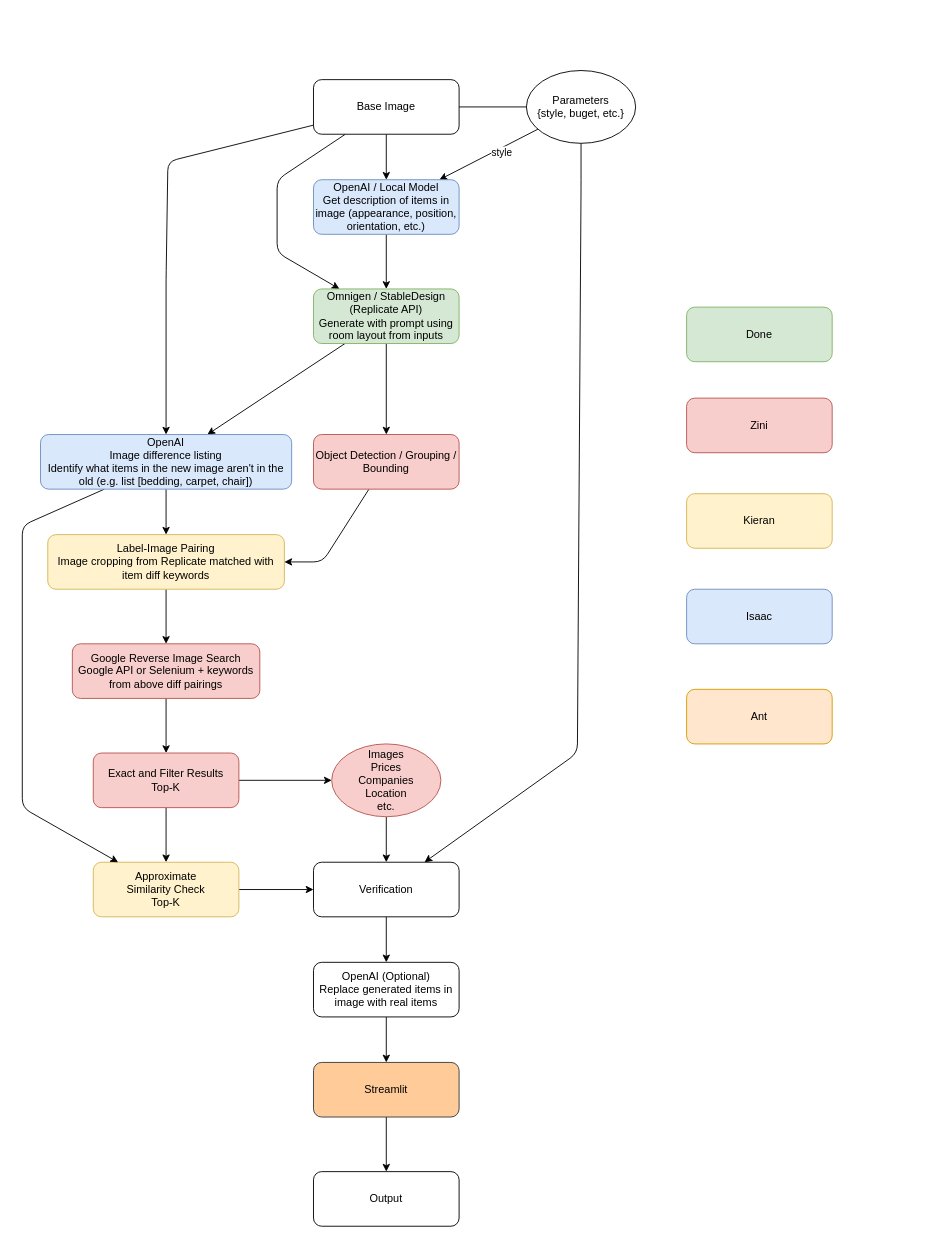
Before: diagrams/p6.drawio in iiisong/reModel, a draw.io diagram. Source tidied: cells renumbered, new cells numbered last; positions are measured from the earlier drawing's top-left corner, leaving out a move shared by most shapes. Both pictures are drawn from the tidied source at 91%, with x=0, y=0 at pixel (22, 70).
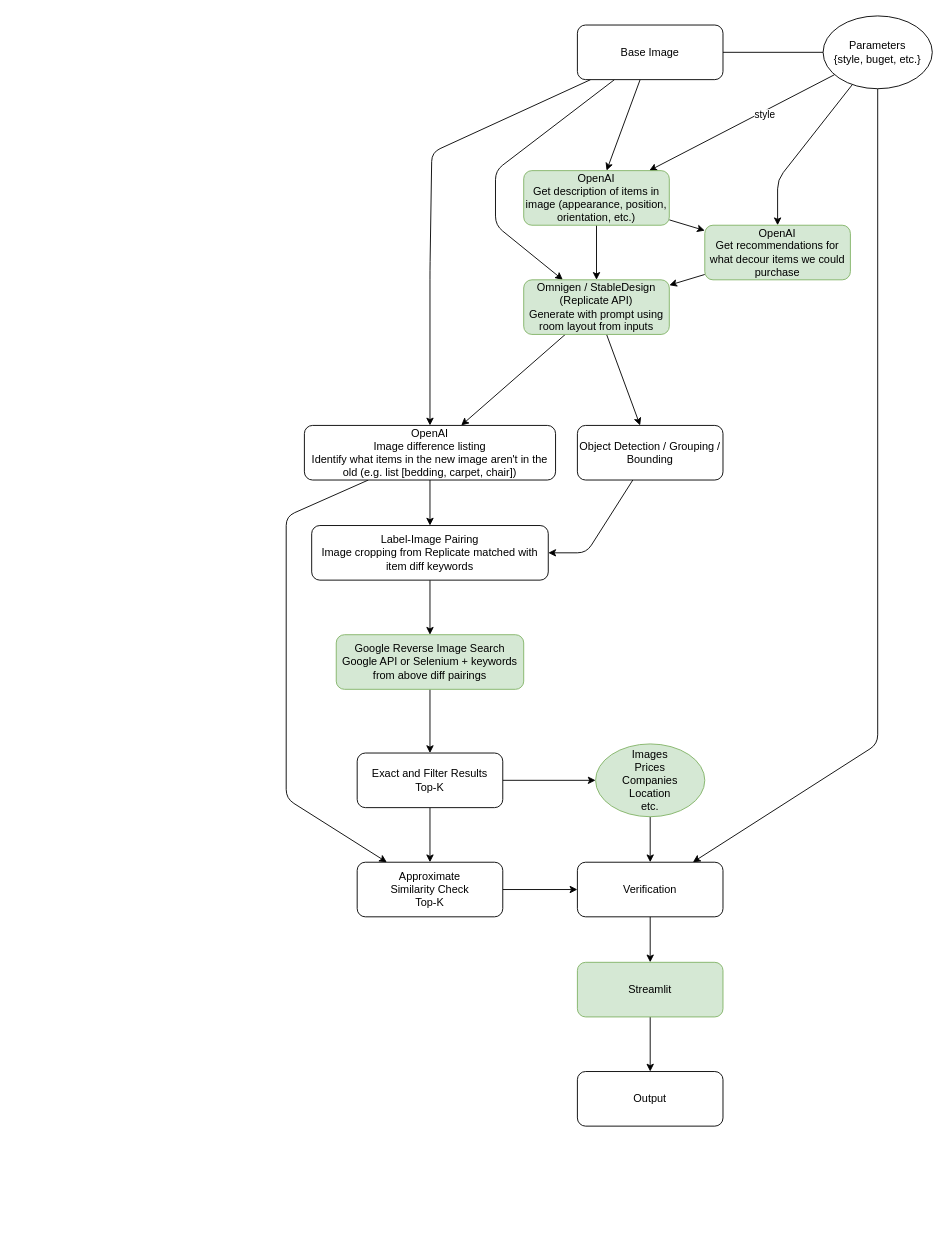
After the change.

Diff of the diagram source:
```diff
@@
     <mxCell id="3" style="edgeStyle=none;html=1;" parent="1" edge="1" source="5" target="30">
       <mxGeometry relative="1" as="geometry">
         <Array as="points">
-          <mxPoint x="280" y="120" />
-          <mxPoint x="280" y="200" />
+          <mxPoint x="520" y="110" />
+          <mxPoint x="520" y="170" />
         </Array>
       </mxGeometry>
     </mxCell>
     <mxCell id="4" style="edgeStyle=none;html=1;" parent="1" edge="1" source="5" target="33">
       <mxGeometry relative="1" as="geometry">
         <Array as="points">
-          <mxPoint x="160" y="100" />
-          <mxPoint x="158" y="230" />
+          <mxPoint x="450" y="90" />
+          <mxPoint x="448" y="220" />
         </Array>
       </mxGeometry>
     </mxCell>
     <mxCell id="5" value="Base Image" style="rounded=1;whiteSpace=wrap;html=1;" parent="1" vertex="1">
-      <mxGeometry x="320" y="10" width="160" height="60" as="geometry" />
+      <mxGeometry x="610" y="-50" width="160" height="60" as="geometry" />
     </mxCell>
@@
-    <mxCell id="7" value="Google Reverse Image Search&lt;div&gt;Google API or Selenium + keywords from above diff pairings&lt;/div&gt;" style="rounded=1;whiteSpace=wrap;html=1;fillColor=#f8cecc;strokeColor=#b85450;" parent="1" vertex="1">
-      <mxGeometry x="55" y="630" width="206" height="60" as="geometry" />
+    <mxCell id="7" value="Google Reverse Image Search&lt;div&gt;Google API or Selenium + keywords from above diff pairings&lt;/div&gt;" style="rounded=1;whiteSpace=wrap;html=1;fillColor=#d5e8d4;strokeColor=#82b366;" parent="1" vertex="1">
+      <mxGeometry x="345" y="620" width="206" height="60" as="geometry" />
     </mxCell>
@@
-    <mxCell id="10" value="Exact and Filter Results&lt;div&gt;&lt;span style=&quot;background-color: transparent;&quot;&gt;Top-K&lt;/span&gt;&lt;br&gt;&lt;/div&gt;" style="rounded=1;whiteSpace=wrap;html=1;fillColor=#f8cecc;strokeColor=#b85450;" parent="1" vertex="1">
-      <mxGeometry x="78" y="750" width="160" height="60" as="geometry" />
+    <mxCell id="10" value="Exact and Filter Results&lt;div&gt;&lt;span style=&quot;background-color: transparent;&quot;&gt;Top-K&lt;/span&gt;&lt;br&gt;&lt;/div&gt;" style="rounded=1;whiteSpace=wrap;html=1;" parent="1" vertex="1">
+      <mxGeometry x="368" y="750" width="160" height="60" as="geometry" />
     </mxCell>
@@
-    <mxCell id="12" value="Images&lt;div&gt;Prices&lt;/div&gt;&lt;div&gt;Companies&lt;/div&gt;&lt;div&gt;Location&lt;/div&gt;&lt;div&gt;etc.&lt;/div&gt;" style="ellipse;whiteSpace=wrap;html=1;fillColor=#f8cecc;strokeColor=#b85450;" parent="1" vertex="1">
-      <mxGeometry x="340" y="740" width="120" height="80" as="geometry" />
+    <mxCell id="12" value="Images&lt;div&gt;Prices&lt;/div&gt;&lt;div&gt;Companies&lt;/div&gt;&lt;div&gt;Location&lt;/div&gt;&lt;div&gt;etc.&lt;/div&gt;" style="ellipse;whiteSpace=wrap;html=1;fillColor=#d5e8d4;strokeColor=#82b366;" parent="1" vertex="1">
+      <mxGeometry x="630" y="740" width="120" height="80" as="geometry" />
     </mxCell>
@@
-    <mxCell id="14" value="&lt;div&gt;Approximate&lt;/div&gt;&lt;div&gt;Similarity Check&lt;br&gt;Top-K&lt;/div&gt;" style="rounded=1;whiteSpace=wrap;html=1;fillColor=#fff2cc;strokeColor=#d6b656;" parent="1" vertex="1">
-      <mxGeometry x="78" y="870" width="160" height="60" as="geometry" />
+    <mxCell id="14" value="&lt;div&gt;Approximate&lt;/div&gt;&lt;div&gt;Similarity Check&lt;br&gt;Top-K&lt;/div&gt;" style="rounded=1;whiteSpace=wrap;html=1;" parent="1" vertex="1">
+      <mxGeometry x="368" y="870" width="160" height="60" as="geometry" />
     </mxCell>
-    <mxCell id="15" style="edgeStyle=none;html=1;" parent="1" edge="1" source="16" target="23">
-      <mxGeometry relative="1" as="geometry" />
-    </mxCell>
+    <mxCell id="44" style="edgeStyle=none;html=1;" parent="1" edge="1" source="16" target="25">
+      <mxGeometry relative="1" as="geometry" />
+    </mxCell>
     <mxCell id="16" value="&lt;div&gt;Verification&lt;/div&gt;" style="rounded=1;whiteSpace=wrap;html=1;" parent="1" vertex="1">
-      <mxGeometry x="320" y="870" width="160" height="60" as="geometry" />
+      <mxGeometry x="610" y="870" width="160" height="60" as="geometry" />
     </mxCell>
@@
     <mxCell id="18" style="edgeStyle=none;html=1;" parent="1" edge="1" source="21" target="16">
       <mxGeometry relative="1" as="geometry">
         <Array as="points">
-          <mxPoint x="614" y="130" />
-          <mxPoint x="610" y="750" />
+          <mxPoint x="940" y="740" />
         </Array>
       </mxGeometry>
     </mxCell>
@@
+    <mxCell id="45" style="edgeStyle=none;html=1;" parent="1" edge="1" source="21" target="48">
+      <mxGeometry relative="1" as="geometry">
+        <Array as="points">
+          <mxPoint x="830" y="120" />
+        </Array>
+      </mxGeometry>
+    </mxCell>
     <mxCell id="21" value="Parameters&lt;div&gt;{style, buget, etc.}&lt;/div&gt;" style="ellipse;whiteSpace=wrap;html=1;" parent="1" vertex="1">
-      <mxGeometry x="554" width="120" height="80" as="geometry" />
+      <mxGeometry x="880" y="-60" width="120" height="80" as="geometry" />
     </mxCell>
-    <mxCell id="22" style="edgeStyle=none;html=1;" parent="1" edge="1" source="23" target="25">
-      <mxGeometry relative="1" as="geometry" />
-    </mxCell>
-    <mxCell id="23" value="OpenAI (Optional)&lt;div&gt;Replace generated items in image with real items&lt;/div&gt;" style="rounded=1;whiteSpace=wrap;html=1;" parent="1" vertex="1">
-      <mxGeometry x="320" y="980" width="160" height="60" as="geometry" />
-    </mxCell>
@@
-    <mxCell id="25" value="Streamlit" style="rounded=1;whiteSpace=wrap;html=1;fillColor=#ffcc99;strokeColor=#36393d;" parent="1" vertex="1">
-      <mxGeometry x="320" y="1090" width="160" height="60" as="geometry" />
+    <mxCell id="25" value="Streamlit" style="rounded=1;whiteSpace=wrap;html=1;fillColor=#d5e8d4;strokeColor=#82b366;" parent="1" vertex="1">
+      <mxGeometry x="610" y="980" width="160" height="60" as="geometry" />
     </mxCell>
@@
+    <mxCell id="46" style="edgeStyle=none;html=1;" parent="1" edge="1" source="27" target="48">
+      <mxGeometry relative="1" as="geometry" />
+    </mxCell>
-    <mxCell id="27" value="OpenAI / Local Model&lt;div&gt;Get description of items in image (appearance, position, orientation, etc.)&lt;/div&gt;" style="rounded=1;whiteSpace=wrap;html=1;fillColor=#dae8fc;strokeColor=#6c8ebf;" parent="1" vertex="1">
-      <mxGeometry x="320" y="120" width="160" height="60" as="geometry" />
+    <mxCell id="27" value="OpenAI&lt;div&gt;Get description of items in image (appearance, position, orientation, etc.)&lt;/div&gt;" style="rounded=1;whiteSpace=wrap;html=1;fillColor=#d5e8d4;strokeColor=#82b366;" parent="1" vertex="1">
+      <mxGeometry x="551" y="110" width="160" height="60" as="geometry" />
     </mxCell>
@@
     <mxCell id="30" value="Omnigen / StableDesign (Replicate API)&lt;div&gt;Generate with prompt using room layout from inputs&lt;/div&gt;" style="rounded=1;whiteSpace=wrap;html=1;fillColor=#d5e8d4;strokeColor=#82b366;" parent="1" vertex="1">
-      <mxGeometry x="320" y="240" width="160" height="60" as="geometry" />
+      <mxGeometry x="551" y="230" width="160" height="60" as="geometry" />
     </mxCell>
@@
     <mxCell id="32" style="edgeStyle=none;html=1;" parent="1" edge="1" source="33" target="14">
       <mxGeometry relative="1" as="geometry">
         <Array as="points">
-          <mxPoint y="500" />
-          <mxPoint y="810" />
+          <mxPoint x="290" y="490" />
+          <mxPoint x="290" y="800" />
         </Array>
       </mxGeometry>
     </mxCell>
-    <mxCell id="33" value="OpenAI&lt;div&gt;Image difference listing&lt;/div&gt;&lt;div&gt;Identify what items in the new image aren't in the old (e.g. list [bedding, carpet, chair])&lt;/div&gt;" style="rounded=1;whiteSpace=wrap;html=1;fillColor=#dae8fc;strokeColor=#6c8ebf;" parent="1" vertex="1">
-      <mxGeometry x="20" y="400" width="276" height="60" as="geometry" />
+    <mxCell id="33" value="OpenAI&lt;div&gt;Image difference listing&lt;/div&gt;&lt;div&gt;Identify what items in the new image aren't in the old (e.g. list [bedding, carpet, chair])&lt;/div&gt;" style="rounded=1;whiteSpace=wrap;html=1;" parent="1" vertex="1">
+      <mxGeometry x="310" y="390" width="276" height="60" as="geometry" />
     </mxCell>
@@
-    <mxCell id="35" value="&lt;div&gt;&lt;/div&gt;&lt;div&gt;Label-Image Pairing&lt;/div&gt;&lt;div&gt;Image cropping from Replicate matched with item diff keywords&lt;/div&gt;" style="rounded=1;whiteSpace=wrap;html=1;fillColor=#fff2cc;strokeColor=#d6b656;" parent="1" vertex="1">
-      <mxGeometry x="28" y="510" width="260" height="60" as="geometry" />
+    <mxCell id="35" value="&lt;div&gt;&lt;/div&gt;&lt;div&gt;Label-Image Pairing&lt;/div&gt;&lt;div&gt;Image cropping from Replicate matched with item diff keywords&lt;/div&gt;" style="rounded=1;whiteSpace=wrap;html=1;" parent="1" vertex="1">
+      <mxGeometry x="318" y="500" width="260" height="60" as="geometry" />
     </mxCell>
     <mxCell id="36" style="edgeStyle=none;html=1;" parent="1" edge="1" source="37" target="35">
       <mxGeometry relative="1" as="geometry">
         <Array as="points">
-          <mxPoint x="330" y="540" />
+          <mxPoint x="620" y="530" />
         </Array>
       </mxGeometry>
     </mxCell>
-    <mxCell id="37" value="Object Detection / Grouping / Bounding" style="rounded=1;whiteSpace=wrap;html=1;fillColor=#f8cecc;strokeColor=#b85450;" parent="1" vertex="1">
-      <mxGeometry x="320" y="400" width="160" height="60" as="geometry" />
+    <mxCell id="37" value="Object Detection / Grouping / Bounding" style="rounded=1;whiteSpace=wrap;html=1;" parent="1" vertex="1">
+      <mxGeometry x="610" y="390" width="160" height="60" as="geometry" />
     </mxCell>
-    <mxCell id="38" value="Done" style="rounded=1;whiteSpace=wrap;html=1;fillColor=#d5e8d4;strokeColor=#82b366;" parent="1" vertex="1">
-      <mxGeometry x="730" y="260" width="160" height="60" as="geometry" />
-    </mxCell>
-    <mxCell id="39" value="Zini" style="rounded=1;whiteSpace=wrap;html=1;fillColor=#f8cecc;strokeColor=#b85450;" parent="1" vertex="1">
-      <mxGeometry x="730" y="360" width="160" height="60" as="geometry" />
-    </mxCell>
-    <mxCell id="40" value="Kieran" style="rounded=1;whiteSpace=wrap;html=1;fillColor=#fff2cc;strokeColor=#d6b656;" parent="1" vertex="1">
-      <mxGeometry x="730" y="465" width="160" height="60" as="geometry" />
-    </mxCell>
-    <mxCell id="41" value="Isaac" style="rounded=1;whiteSpace=wrap;html=1;fillColor=#dae8fc;strokeColor=#6c8ebf;" parent="1" vertex="1">
-      <mxGeometry x="730" y="570" width="160" height="60" as="geometry" />
-    </mxCell>
-    <mxCell id="42" value="Ant" style="rounded=1;whiteSpace=wrap;html=1;fillColor=#ffe6cc;strokeColor=#d79b00;" parent="1" vertex="1">
-      <mxGeometry x="730" y="680" width="160" height="60" as="geometry" />
-    </mxCell>
     <mxCell id="43" value="Output" style="rounded=1;whiteSpace=wrap;html=1;" parent="1" vertex="1">
-      <mxGeometry x="320" y="1210" width="160" height="60" as="geometry" />
+      <mxGeometry x="610" y="1100" width="160" height="60" as="geometry" />
     </mxCell>
+    <mxCell id="47" style="edgeStyle=none;html=1;" parent="1" edge="1" source="48" target="30">
+      <mxGeometry relative="1" as="geometry" />
+    </mxCell>
+    <mxCell id="48" value="OpenAI&lt;div&gt;Get recommendations for what decour items we could purchase&lt;/div&gt;" style="rounded=1;whiteSpace=wrap;html=1;fillColor=#d5e8d4;strokeColor=#82b366;" parent="1" vertex="1">
+      <mxGeometry x="750" y="170" width="160" height="60" as="geometry" />
+    </mxCell>
```
